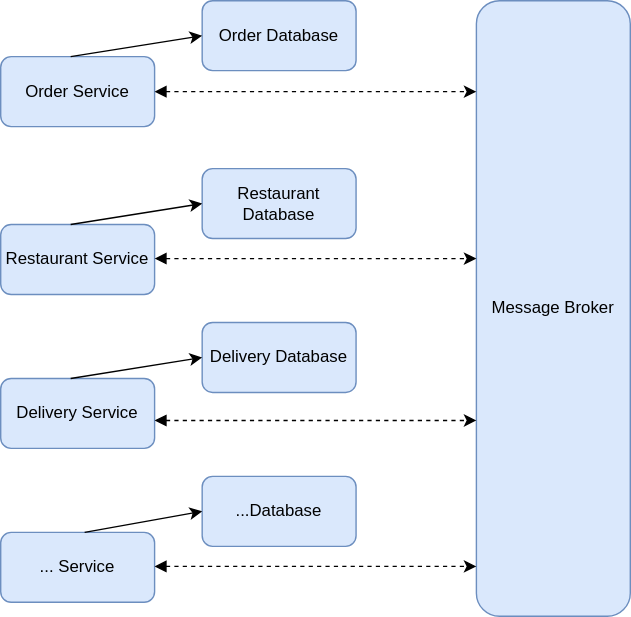
TomSpencerLondon/distributed-data-patterns keeps this draw.io diagram as docs/microservice-architecture.svg. Above is the earlier version. Source tidied: cells renumbered, new cells last; positions are measured from the earlier drawing's top-left corner, leaving out a move shared by most shapes. Source of this version:
```xml
<mxGraphModel>
  <root>
    <mxCell id="0" />
    <mxCell id="1" parent="0" />
    <mxCell id="2" value="Order Service" style="rounded=1;whiteSpace=wrap;html=1;fillColor=#dae8fc;strokeColor=#6c8ebf;" parent="1" vertex="1">
      <mxGeometry y="40" width="110" height="50" as="geometry" />
    </mxCell>
    <mxCell id="3" value="Order Database" style="rounded=1;whiteSpace=wrap;html=1;fillColor=#dae8fc;strokeColor=#6c8ebf;" parent="1" vertex="1">
      <mxGeometry x="144" width="110" height="50" as="geometry" />
    </mxCell>
    <mxCell id="4" value="Restaurant Service" style="rounded=1;whiteSpace=wrap;html=1;fillColor=#dae8fc;strokeColor=#6c8ebf;" parent="1" vertex="1">
      <mxGeometry y="160" width="110" height="50" as="geometry" />
    </mxCell>
    <mxCell id="5" value="Restaurant Database" style="rounded=1;whiteSpace=wrap;html=1;fillColor=#dae8fc;strokeColor=#6c8ebf;" parent="1" vertex="1">
      <mxGeometry x="144" y="120" width="110" height="50" as="geometry" />
    </mxCell>
    <mxCell id="6" value="Delivery Service" style="rounded=1;whiteSpace=wrap;html=1;fillColor=#dae8fc;strokeColor=#6c8ebf;" parent="1" vertex="1">
      <mxGeometry y="270" width="110" height="50" as="geometry" />
    </mxCell>
    <mxCell id="7" value="Delivery Database" style="rounded=1;whiteSpace=wrap;html=1;fillColor=#dae8fc;strokeColor=#6c8ebf;" parent="1" vertex="1">
      <mxGeometry x="144" y="230" width="110" height="50" as="geometry" />
    </mxCell>
    <mxCell id="8" value="... Service" style="rounded=1;whiteSpace=wrap;html=1;fillColor=#dae8fc;strokeColor=#6c8ebf;" parent="1" vertex="1">
      <mxGeometry y="380" width="110" height="50" as="geometry" />
    </mxCell>
    <mxCell id="9" value="...Database" style="rounded=1;whiteSpace=wrap;html=1;fillColor=#dae8fc;strokeColor=#6c8ebf;" parent="1" vertex="1">
      <mxGeometry x="144" y="340" width="110" height="50" as="geometry" />
    </mxCell>
    <mxCell id="10" value="Message Broker" style="rounded=1;whiteSpace=wrap;html=1;fillColor=#dae8fc;strokeColor=#6c8ebf;" parent="1" vertex="1">
      <mxGeometry x="340" width="110" height="440" as="geometry" />
    </mxCell>
    <mxCell id="11" style="endArrow=classic;html=1;rounded=0;exitX=1;exitY=0.5;exitDx=0;exitDy=0;startArrow=block;startFill=1;dashed=1;" parent="1" edge="1" source="2">
      <mxGeometry relative="1" as="geometry">
        <mxPoint x="340" y="65" as="targetPoint" />
      </mxGeometry>
    </mxCell>
    <mxCell id="12" style="endArrow=classic;html=1;rounded=0;exitX=1;exitY=0.5;exitDx=0;exitDy=0;startArrow=block;startFill=1;dashed=1;" parent="1" edge="1">
      <mxGeometry relative="1" as="geometry">
        <mxPoint x="110" y="184.3" as="sourcePoint" />
        <mxPoint x="340" y="184.3" as="targetPoint" />
      </mxGeometry>
    </mxCell>
    <mxCell id="13" style="endArrow=classic;html=1;rounded=0;exitX=1;exitY=0.5;exitDx=0;exitDy=0;startArrow=block;startFill=1;dashed=1;" parent="1" edge="1">
      <mxGeometry relative="1" as="geometry">
        <mxPoint x="110" y="300" as="sourcePoint" />
        <mxPoint x="340" y="300" as="targetPoint" />
      </mxGeometry>
    </mxCell>
    <mxCell id="14" style="endArrow=classic;html=1;rounded=0;exitX=1;exitY=0.5;exitDx=0;exitDy=0;startArrow=block;startFill=1;dashed=1;" parent="1" edge="1">
      <mxGeometry relative="1" as="geometry">
        <mxPoint x="110" y="404.3" as="sourcePoint" />
        <mxPoint x="340" y="404.3" as="targetPoint" />
      </mxGeometry>
    </mxCell>
    <mxCell id="15" style="endArrow=classic;html=1;rounded=0;entryX=0;entryY=0.5;entryDx=0;entryDy=0;" parent="1" edge="1" target="9">
      <mxGeometry relative="1" as="geometry">
        <mxPoint x="60" y="380" as="sourcePoint" />
      </mxGeometry>
    </mxCell>
    <mxCell id="16" style="endArrow=classic;html=1;rounded=0;entryX=0;entryY=0.5;entryDx=0;entryDy=0;" parent="1" edge="1" target="7">
      <mxGeometry relative="1" as="geometry">
        <mxPoint x="50" y="270" as="sourcePoint" />
      </mxGeometry>
    </mxCell>
    <mxCell id="17" style="endArrow=classic;html=1;rounded=0;entryX=0;entryY=0.5;entryDx=0;entryDy=0;" parent="1" edge="1">
      <mxGeometry relative="1" as="geometry">
        <mxPoint x="50" y="160" as="sourcePoint" />
        <mxPoint x="144" y="145" as="targetPoint" />
      </mxGeometry>
    </mxCell>
    <mxCell id="18" style="endArrow=classic;html=1;rounded=0;entryX=0;entryY=0.5;entryDx=0;entryDy=0;" parent="1" edge="1">
      <mxGeometry relative="1" as="geometry">
        <mxPoint x="50" y="40" as="sourcePoint" />
        <mxPoint x="144" y="25" as="targetPoint" />
      </mxGeometry>
    </mxCell>
  </root>
</mxGraphModel>
```
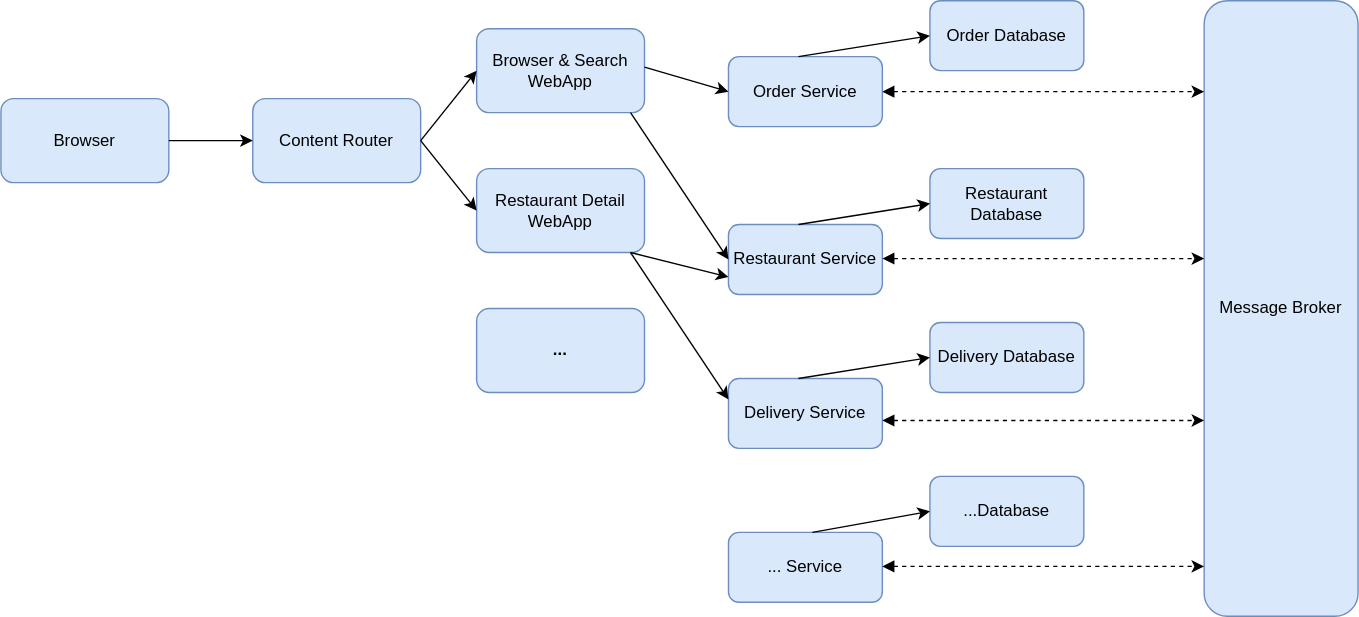
After the commit.

Diff of the diagram source:
```diff
@@ -74,5 +74,54 @@
         <mxPoint x="144" y="25" as="targetPoint" />
       </mxGeometry>
     </mxCell>
+    <mxCell id="19" value="Browser" style="rounded=1;whiteSpace=wrap;html=1;fillColor=#dae8fc;strokeColor=#6c8ebf;" parent="1" vertex="1">
+      <mxGeometry x="-520" y="70" width="120" height="60" as="geometry" />
+    </mxCell>
+    <mxCell id="20" value="Content Router" style="rounded=1;whiteSpace=wrap;html=1;fillColor=#dae8fc;strokeColor=#6c8ebf;" parent="1" vertex="1">
+      <mxGeometry x="-340" y="70" width="120" height="60" as="geometry" />
+    </mxCell>
+    <mxCell id="21" value="Browser &amp;amp; Search WebApp" style="rounded=1;whiteSpace=wrap;html=1;fillColor=#dae8fc;strokeColor=#6c8ebf;" parent="1" vertex="1">
+      <mxGeometry x="-180" y="20" width="120" height="60" as="geometry" />
+    </mxCell>
+    <mxCell id="22" value="Restaurant Detail WebApp" style="rounded=1;whiteSpace=wrap;html=1;fillColor=#dae8fc;strokeColor=#6c8ebf;" parent="1" vertex="1">
+      <mxGeometry x="-180" y="120" width="120" height="60" as="geometry" />
+    </mxCell>
+    <mxCell id="23" value="&lt;b&gt;...&lt;/b&gt;" style="rounded=1;whiteSpace=wrap;html=1;fillColor=#dae8fc;strokeColor=#6c8ebf;" parent="1" vertex="1">
+      <mxGeometry x="-180" y="220" width="120" height="60" as="geometry" />
+    </mxCell>
+    <mxCell id="24" style="endArrow=classic;html=1;rounded=0;entryX=0;entryY=0.5;entryDx=0;entryDy=0;" parent="1" edge="1" target="4">
+      <mxGeometry relative="1" as="geometry">
+        <mxPoint x="-70" y="80" as="sourcePoint" />
+      </mxGeometry>
+    </mxCell>
+    <mxCell id="25" style="endArrow=classic;html=1;rounded=0;exitX=1;exitY=1;exitDx=0;exitDy=0;entryX=0;entryY=0.5;entryDx=0;entryDy=0;" parent="1" edge="1" target="2">
+      <mxGeometry relative="1" as="geometry">
+        <mxPoint x="-60" y="47.5" as="sourcePoint" />
+      </mxGeometry>
+    </mxCell>
+    <mxCell id="26" style="endArrow=classic;html=1;rounded=0;entryX=0;entryY=0.5;entryDx=0;entryDy=0;" parent="1" edge="1">
+      <mxGeometry relative="1" as="geometry">
+        <mxPoint x="-70" y="180" as="sourcePoint" />
+        <mxPoint y="285" as="targetPoint" />
+      </mxGeometry>
+    </mxCell>
+    <mxCell id="27" style="endArrow=classic;html=1;rounded=0;entryX=0;entryY=0.75;entryDx=0;entryDy=0;" parent="1" edge="1" target="4">
+      <mxGeometry relative="1" as="geometry">
+        <mxPoint x="-70" y="180" as="sourcePoint" />
+      </mxGeometry>
+    </mxCell>
+    <mxCell id="28" style="endArrow=classic;html=1;rounded=0;entryX=0;entryY=0.5;entryDx=0;entryDy=0;" parent="1" edge="1" target="20">
+      <mxGeometry relative="1" as="geometry">
+        <mxPoint x="-400" y="100" as="sourcePoint" />
+      </mxGeometry>
+    </mxCell>
+    <mxCell id="29" style="endArrow=classic;html=1;rounded=0;entryX=0;entryY=0.5;entryDx=0;entryDy=0;exitX=1;exitY=0.5;exitDx=0;exitDy=0;" parent="1" edge="1" source="20" target="22">
+      <mxGeometry relative="1" as="geometry" />
+    </mxCell>
+    <mxCell id="30" style="endArrow=classic;html=1;rounded=0;entryX=0;entryY=0.5;entryDx=0;entryDy=0;" parent="1" edge="1" target="21">
+      <mxGeometry relative="1" as="geometry">
+        <mxPoint x="-220" y="100" as="sourcePoint" />
+      </mxGeometry>
+    </mxCell>
   </root>
 </mxGraphModel>
```
